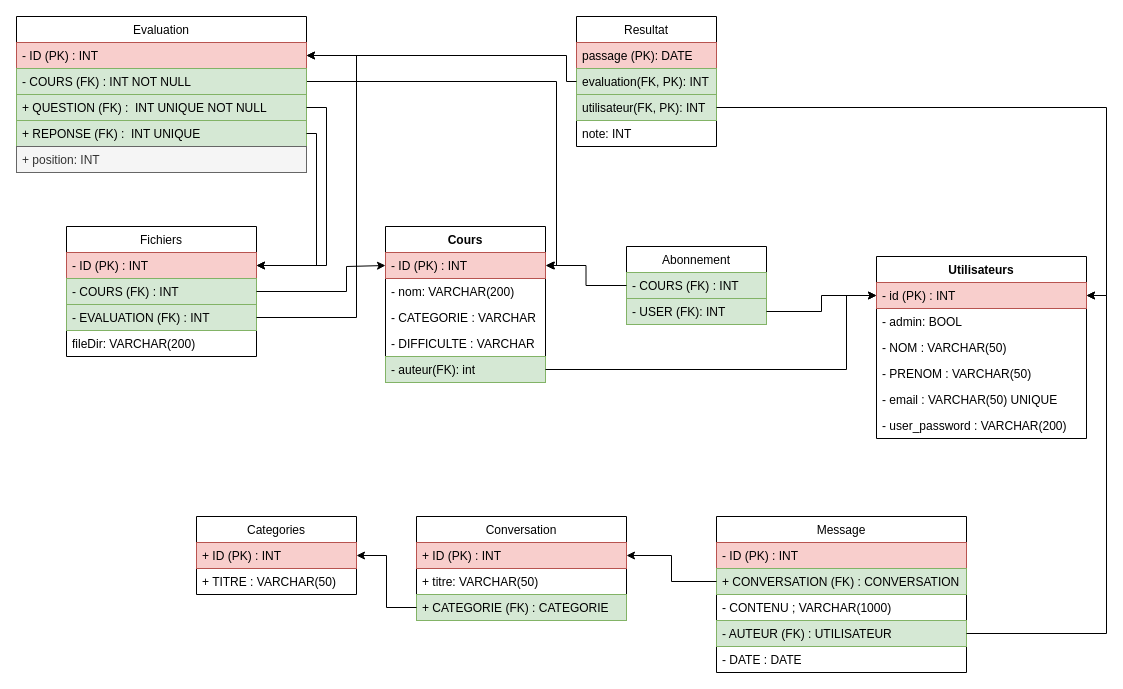
The draw.io diagram documentation/diagrammes/BDD.drawio in FC-Dijkstra/SiteFormation_DAW, before the edit. Source tidied: cells renumbered, new cells numbered last; positions are measured from the earlier drawing's top-left corner, leaving out a move shared by most shapes. Both pictures are drawn from the tidied source at 100%, with x=0, y=0 at pixel (16, 16).
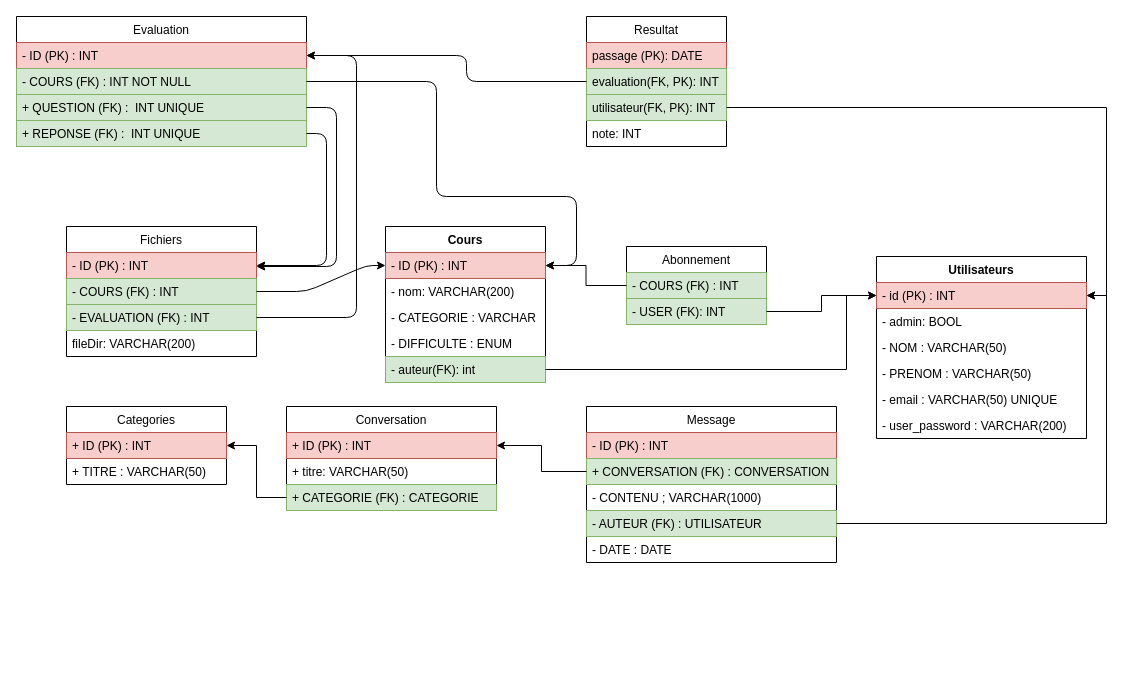
The same page after the edit.

Unchanged cells that the change refers to:
```xml
<mxCell id="3" value="- id (PK) : INT" style="text;strokeColor=#b85450;fillColor=#f8cecc;align=left;verticalAlign=top;spacingLeft=4;spacingRight=4;overflow=hidden;points=[[0,0.5],[1,0.5]];portConstraint=eastwest;" parent="2" vertex="1">
  <mxGeometry y="26" width="210" height="26" as="geometry" />
</mxCell>
<mxCell id="9" value="Cours" style="swimlane;fontStyle=1;align=center;verticalAlign=top;horizontal=1;startSize=26;" parent="1" vertex="1">
  <mxGeometry x="369" y="210" width="160" height="156" as="geometry" />
</mxCell>
<mxCell id="10" value="- ID (PK) : INT" style="text;strokeColor=#b85450;fillColor=#f8cecc;align=left;verticalAlign=top;spacingLeft=4;spacingRight=4;overflow=hidden;points=[[0,0.5],[1,0.5]];portConstraint=eastwest;" parent="9" vertex="1">
  <mxGeometry y="26" width="160" height="26" as="geometry" />
</mxCell>
<mxCell id="32" value="- ID (PK) : INT" style="text;strokeColor=#b85450;fillColor=#f8cecc;align=left;verticalAlign=top;spacingLeft=4;spacingRight=4;overflow=hidden;points=[[0,0.5],[1,0.5]];portConstraint=eastwest;" parent="31" vertex="1">
  <mxGeometry y="26" width="190" height="26" as="geometry" />
</mxCell>
<mxCell id="33" value="- COURS (FK) : INT" style="text;strokeColor=#82b366;fillColor=#d5e8d4;align=left;verticalAlign=top;spacingLeft=4;spacingRight=4;overflow=hidden;points=[[0,0.5],[1,0.5]];portConstraint=eastwest;" parent="31" vertex="1">
  <mxGeometry y="52" width="190" height="26" as="geometry" />
</mxCell>
<mxCell id="34" value="- EVALUATION (FK) : INT" style="text;strokeColor=#82b366;fillColor=#d5e8d4;align=left;verticalAlign=top;spacingLeft=4;spacingRight=4;overflow=hidden;points=[[0,0.5],[1,0.5]];portConstraint=eastwest;" parent="31" vertex="1">
  <mxGeometry y="78" width="190" height="26" as="geometry" />
</mxCell>
<mxCell id="38" value="- ID (PK) : INT" style="text;strokeColor=#b85450;fillColor=#f8cecc;align=left;verticalAlign=top;spacingLeft=4;spacingRight=4;overflow=hidden;points=[[0,0.5],[1,0.5]];portConstraint=eastwest;" parent="37" vertex="1">
  <mxGeometry y="26" width="290" height="26" as="geometry" />
</mxCell>
<mxCell id="41" value="+ REPONSE (FK) :  INT UNIQUE" style="text;strokeColor=#82b366;fillColor=#d5e8d4;align=left;verticalAlign=top;spacingLeft=4;spacingRight=4;overflow=hidden;points=[[0,0.5],[1,0.5]];portConstraint=eastwest;" parent="37" vertex="1">
  <mxGeometry y="104" width="290" height="26" as="geometry" />
</mxCell>
<mxCell id="45" value="evaluation(FK, PK): INT " style="text;strokeColor=#82b366;fillColor=#d5e8d4;align=left;verticalAlign=top;spacingLeft=4;spacingRight=4;overflow=hidden;points=[[0,0.5],[1,0.5]];portConstraint=eastwest;" parent="43" vertex="1">
  <mxGeometry y="52" width="140" height="26" as="geometry" />
</mxCell>
<mxCell id="46" value="utilisateur(FK, PK): INT " style="text;strokeColor=#82b366;fillColor=#d5e8d4;align=left;verticalAlign=top;spacingLeft=4;spacingRight=4;overflow=hidden;points=[[0,0.5],[1,0.5]];portConstraint=eastwest;" parent="43" vertex="1">
  <mxGeometry y="78" width="140" height="26" as="geometry" />
</mxCell>
```

Diff of the diagram source:
```diff
@@
-    <mxCell id="13" value="- DIFFICULTE : VARCHAR" style="text;strokeColor=none;fillColor=none;align=left;verticalAlign=top;spacingLeft=4;spacingRight=4;overflow=hidden;" parent="9" vertex="1">
+    <mxCell id="13" value="- DIFFICULTE : ENUM" style="text;strokeColor=none;fillColor=none;align=left;verticalAlign=top;spacingLeft=4;spacingRight=4;overflow=hidden;" parent="9" vertex="1">
       <mxGeometry y="104" width="160" height="26" as="geometry" />
     </mxCell>
@@
     <mxCell id="18" value="Message" style="swimlane;fontStyle=0;horizontal=1;startSize=26;fillColor=none;" parent="1" vertex="1">
-      <mxGeometry x="700" y="500" width="250" height="156" as="geometry" />
+      <mxGeometry x="570" y="390" width="250" height="156" as="geometry" />
     </mxCell>
@@
     <mxCell id="24" value="Conversation" style="swimlane;fontStyle=0;horizontal=1;startSize=26;fillColor=none;" parent="1" vertex="1">
-      <mxGeometry x="400" y="500" width="210" height="104" as="geometry" />
+      <mxGeometry x="270" y="390" width="210" height="104" as="geometry" />
     </mxCell>
@@
     <mxCell id="28" value="Categories" style="swimlane;fontStyle=0;horizontal=1;startSize=26;fillColor=none;" parent="1" vertex="1">
-      <mxGeometry x="180" y="500" width="160" height="78" as="geometry" />
+      <mxGeometry x="50" y="390" width="160" height="78" as="geometry" />
     </mxCell>
@@
-    <mxCell id="36" style="edgeStyle=orthogonalEdgeStyle;rounded=0;jettySize=auto;html=1;exitX=1;exitY=0.5;exitDx=0;exitDy=0;" parent="1" edge="1" source="37">
-      <mxGeometry relative="1" as="geometry">
-        <mxPoint x="530" y="249" as="targetPoint" />
-        <Array as="points">
-          <mxPoint x="540" y="65" />
-          <mxPoint x="540" y="249" />
-        </Array>
-      </mxGeometry>
-    </mxCell>
     <mxCell id="37" value="Evaluation" style="swimlane;fontStyle=0;horizontal=1;startSize=26;fillColor=none;" parent="1" vertex="1">
-      <mxGeometry width="290" height="156" as="geometry" />
+      <mxGeometry width="290" height="130" as="geometry" />
     </mxCell>
@@
-    <mxCell id="40" value="+ QUESTION (FK) :  INT UNIQUE NOT NULL" style="text;strokeColor=#82b366;fillColor=#d5e8d4;align=left;verticalAlign=top;spacingLeft=4;spacingRight=4;overflow=hidden;points=[[0,0.5],[1,0.5]];portConstraint=eastwest;" parent="37" vertex="1">
+    <mxCell id="40" value="+ QUESTION (FK) :  INT UNIQUE" style="text;strokeColor=#82b366;fillColor=#d5e8d4;align=left;verticalAlign=top;spacingLeft=4;spacingRight=4;overflow=hidden;points=[[0,0.5],[1,0.5]];portConstraint=eastwest;" parent="37" vertex="1">
       <mxGeometry y="78" width="290" height="26" as="geometry" />
     </mxCell>
@@
-    <mxCell id="42" value="+ position: INT" style="text;strokeColor=#666666;fillColor=#f5f5f5;align=left;verticalAlign=top;spacingLeft=4;spacingRight=4;overflow=hidden;fontColor=#333333;" parent="37" vertex="1">
-      <mxGeometry y="130" width="290" height="26" as="geometry" />
-    </mxCell>
     <mxCell id="43" value="Resultat" style="swimlane;fontStyle=0;horizontal=1;startSize=26;fillColor=none;" parent="1" vertex="1">
-      <mxGeometry x="560" width="140" height="130" as="geometry" />
+      <mxGeometry x="570" width="140" height="130" as="geometry" />
     </mxCell>
@@
-    <mxCell id="48" style="edgeStyle=orthogonalEdgeStyle;rounded=0;jettySize=auto;html=1;exitX=1;exitY=0.5;exitDx=0;exitDy=0;entryX=1;entryY=0.5;entryDx=0;entryDy=0;" parent="1" edge="1" source="40" target="32">
-      <mxGeometry relative="1" as="geometry" />
-    </mxCell>
-    <mxCell id="49" style="edgeStyle=orthogonalEdgeStyle;rounded=0;jettySize=auto;html=1;exitX=1;exitY=0.5;exitDx=0;exitDy=0;entryX=1;entryY=0.5;entryDx=0;entryDy=0;" parent="1" edge="1" source="41" target="32">
-      <mxGeometry relative="1" as="geometry">
-        <Array as="points">
-          <mxPoint x="300" y="117" />
-          <mxPoint x="300" y="249" />
-        </Array>
-      </mxGeometry>
-    </mxCell>
@@
+    <mxCell id="59" style="edgeStyle=orthogonalEdgeStyle;rounded=0;jettySize=auto;html=1;exitX=1;exitY=0.5;exitDx=0;exitDy=0;entryX=1;entryY=0.5;entryDx=0;entryDy=0;" parent="1" edge="1" source="46" target="3">
+      <mxGeometry relative="1" as="geometry" />
+    </mxCell>
+    <mxCell id="49" style="endArrow=classic;html=1;exitX=1;exitY=0.5;exitDx=0;exitDy=0;entryX=1;entryY=0.5;entryDx=0;entryDy=0;" parent="1" edge="1" source="41" target="32">
+      <mxGeometry relative="1" as="geometry">
+        <Array as="points">
+          <mxPoint x="310" y="117" />
+          <mxPoint x="310" y="249" />
+        </Array>
+      </mxGeometry>
+    </mxCell>
+    <mxCell id="60" style="endArrow=classic;html=1;exitX=1;exitY=0.5;exitDx=0;exitDy=0;" parent="1" edge="1" source="40">
+      <mxGeometry relative="1" as="geometry">
+        <mxPoint x="240" y="250" as="targetPoint" />
+        <Array as="points">
+          <mxPoint x="320" y="91" />
+          <mxPoint x="320" y="250" />
+        </Array>
+      </mxGeometry>
+    </mxCell>
+    <mxCell id="57" style="endArrow=classic;html=1;exitX=1;exitY=0.5;exitDx=0;exitDy=0;entryX=1;entryY=0.5;entryDx=0;entryDy=0;" parent="1" edge="1" source="34" target="38">
+      <mxGeometry relative="1" as="geometry">
+        <Array as="points">
+          <mxPoint x="340" y="301" />
+          <mxPoint x="340" y="39" />
+        </Array>
+      </mxGeometry>
+    </mxCell>
-    <mxCell id="56" style="edgeStyle=orthogonalEdgeStyle;rounded=0;jettySize=auto;html=1;exitX=1;exitY=0.5;exitDx=0;exitDy=0;entryX=0;entryY=0.5;entryDx=0;entryDy=0;" parent="1" edge="1" source="33" target="10">
+    <mxCell id="56" style="endArrow=classic;html=1;entryX=0;entryY=0.5;entryDx=0;entryDy=0;exitX=1;exitY=0.5;exitDx=0;exitDy=0;" parent="1" edge="1" source="33" target="10">
       <mxGeometry relative="1" as="geometry">
         <Array as="points">
-          <mxPoint x="330" y="275" />
-          <mxPoint x="330" y="250" />
+          <mxPoint x="290" y="275" />
+          <mxPoint x="350" y="249" />
         </Array>
       </mxGeometry>
     </mxCell>
-    <mxCell id="57" style="edgeStyle=orthogonalEdgeStyle;rounded=0;jettySize=auto;html=1;exitX=1;exitY=0.5;exitDx=0;exitDy=0;entryX=1;entryY=0.5;entryDx=0;entryDy=0;" parent="1" edge="1" source="34" target="38">
-      <mxGeometry relative="1" as="geometry">
-        <Array as="points">
-          <mxPoint x="340" y="301" />
-          <mxPoint x="340" y="39" />
-        </Array>
-      </mxGeometry>
-    </mxCell>
-    <mxCell id="58" style="edgeStyle=orthogonalEdgeStyle;rounded=0;jettySize=auto;html=1;exitX=0;exitY=0.5;exitDx=0;exitDy=0;entryX=1;entryY=0.5;entryDx=0;entryDy=0;" parent="1" edge="1" source="45" target="38">
+    <mxCell id="58" style="endArrow=classic;html=1;exitX=0;exitY=0.5;exitDx=0;exitDy=0;entryX=1;entryY=0.5;entryDx=0;entryDy=0;" parent="1" edge="1" source="45" target="38">
       <mxGeometry relative="1" as="geometry">
         <Array as="points">
-          <mxPoint x="550" y="65" />
-          <mxPoint x="550" y="39" />
+          <mxPoint x="450" y="65" />
+          <mxPoint x="450" y="39" />
         </Array>
       </mxGeometry>
     </mxCell>
-    <mxCell id="59" style="edgeStyle=orthogonalEdgeStyle;rounded=0;jettySize=auto;html=1;exitX=1;exitY=0.5;exitDx=0;exitDy=0;entryX=1;entryY=0.5;entryDx=0;entryDy=0;" parent="1" edge="1" source="46" target="3">
-      <mxGeometry relative="1" as="geometry" />
-    </mxCell>
+    <mxCell id="61" style="endArrow=classic;html=1;exitX=1;exitY=0.5;exitDx=0;exitDy=0;entryX=1;entryY=0.25;entryDx=0;entryDy=0;" parent="1" edge="1" source="37" target="9">
+      <mxGeometry relative="1" as="geometry">
+        <Array as="points">
+          <mxPoint x="420" y="65" />
+          <mxPoint x="420" y="180" />
+          <mxPoint x="560" y="180" />
+          <mxPoint x="560" y="249" />
+        </Array>
+      </mxGeometry>
+    </mxCell>
```
